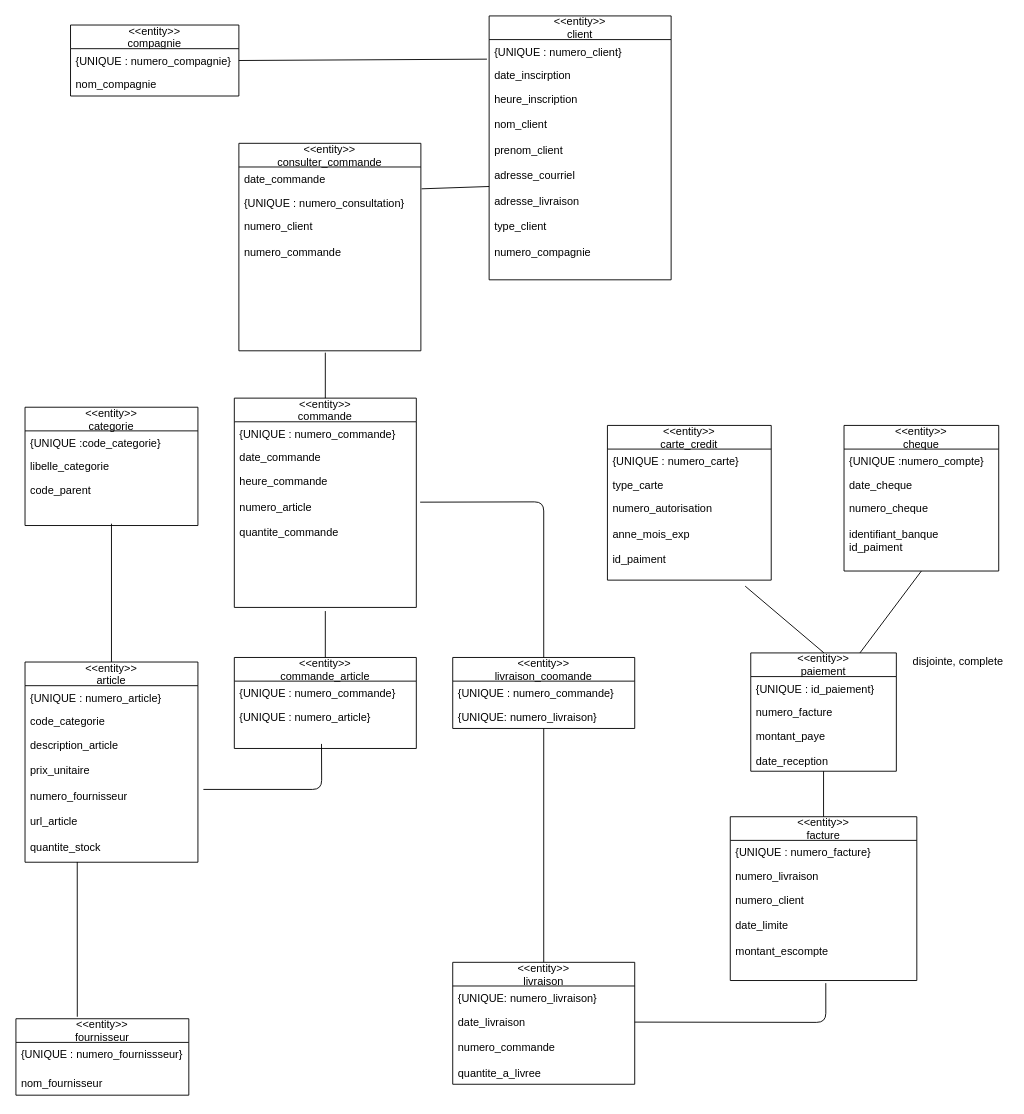
Before: Untitled Diagram.drawio in bengattathadjali/MET1110, a draw.io diagram. Source tidied: cells renumbered, new cells numbered last; positions are measured from the earlier drawing's top-left corner, leaving out a move shared by most shapes. Both pictures are drawn from the tidied source at 91%, with x=0, y=0 at pixel (15, 15).
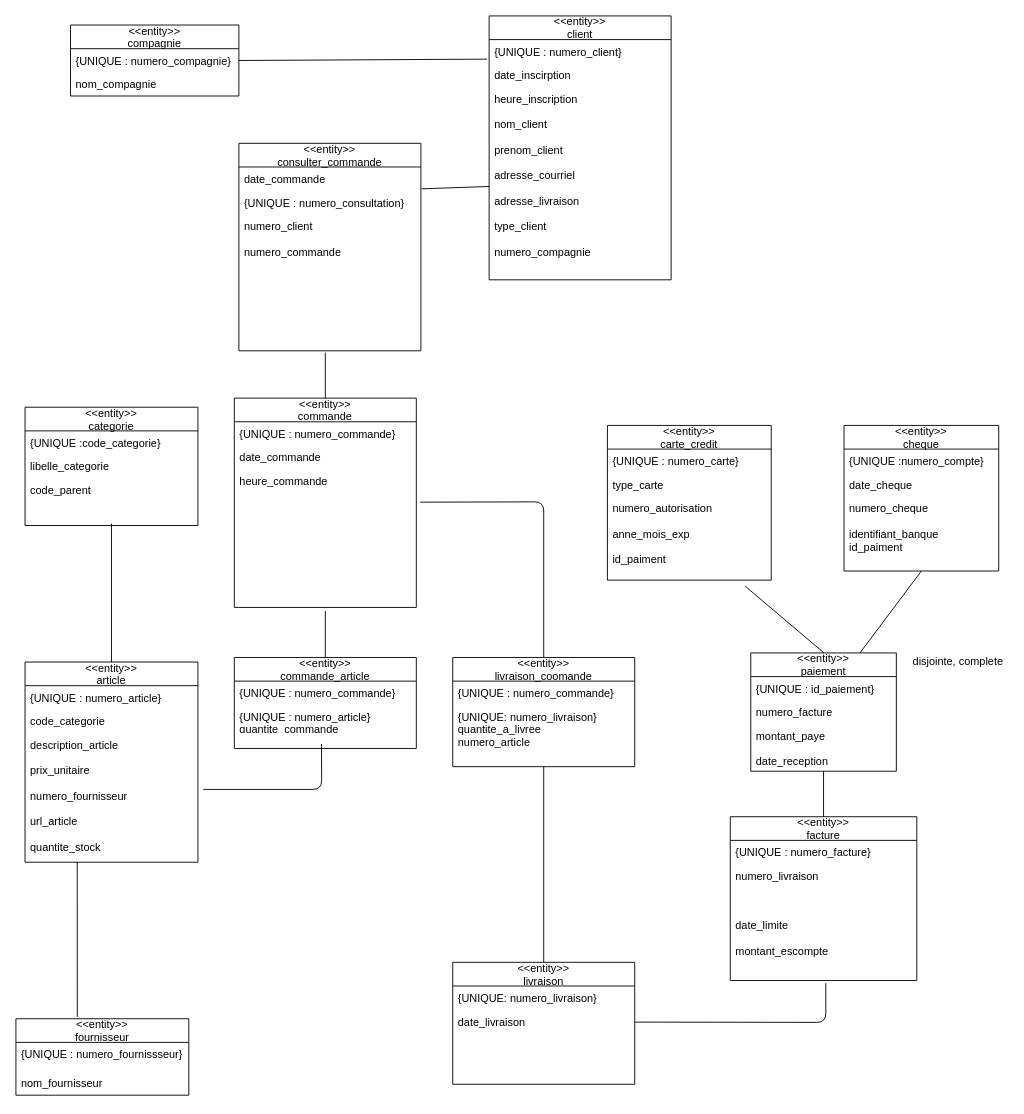
The same diagram, later.

The change refers to these unchanged cells:
```xml
<mxCell id="13" value="&lt;&lt;entity&gt;&gt;&#10;livraison" style="swimlane;fontStyle=0;horizontal=1;startSize=26;fillColor=none;" parent="1" vertex="1">
  <mxGeometry x="480" y="1040" width="200" height="134" as="geometry" />
</mxCell>
<mxCell id="16" value="&lt;&lt;entity&gt;&gt;&#10;commande" style="swimlane;fontStyle=0;horizontal=1;startSize=26;fillColor=none;" parent="1" vertex="1">
  <mxGeometry x="240" y="420" width="200" height="230" as="geometry" />
</mxCell>
<mxCell id="24" value="&lt;&lt;entity&gt;&gt;&#10;facture" style="swimlane;fontStyle=0;horizontal=1;startSize=26;fillColor=none;" parent="1" vertex="1">
  <mxGeometry x="785" y="880" width="205" height="180" as="geometry" />
</mxCell>
<mxCell id="60" value="&lt;&lt;entity&gt;&gt;&#10;commande_article" style="swimlane;fontStyle=0;horizontal=1;startSize=26;fillColor=none;" parent="1" vertex="1">
  <mxGeometry x="240" y="705" width="200" height="100" as="geometry" />
</mxCell>
```

What changed in the source:
```diff
@@
-    <mxCell id="15" value="date_livraison&#10;&#10;numero_commande&#10;&#10;quantite_a_livree" style="text;strokeColor=none;fillColor=none;align=left;verticalAlign=top;spacingLeft=4;spacingRight=4;overflow=hidden;points=[[0,0.5],[1,0.5]];portConstraint=eastwest;" parent="13" vertex="1">
+    <mxCell id="15" value="date_livraison&#10;&#10;&#10;&#10;" style="text;strokeColor=none;fillColor=none;align=left;verticalAlign=top;spacingLeft=4;spacingRight=4;overflow=hidden;points=[[0,0.5],[1,0.5]];portConstraint=eastwest;" parent="13" vertex="1">
       <mxGeometry y="52" width="200" height="82" as="geometry" />
     </mxCell>
@@
-    <mxCell id="19" value="heure_commande&#10;&#10;numero_article&#10;&#10;quantite_commande&#10;&#10;" style="text;strokeColor=none;fillColor=none;align=left;verticalAlign=top;spacingLeft=4;spacingRight=4;overflow=hidden;points=[[0,0.5],[1,0.5]];portConstraint=eastwest;" parent="16" vertex="1">
+    <mxCell id="19" value="heure_commande&#10;&#10;&#10;&#10;" style="text;strokeColor=none;fillColor=none;align=left;verticalAlign=top;spacingLeft=4;spacingRight=4;overflow=hidden;points=[[0,0.5],[1,0.5]];portConstraint=eastwest;" parent="16" vertex="1">
       <mxGeometry y="78" width="200" height="152" as="geometry" />
     </mxCell>
@@
-    <mxCell id="27" value="numero_client&#10;&#10;date_limite&#10;&#10;montant_escompte" style="text;strokeColor=none;fillColor=none;align=left;verticalAlign=top;spacingLeft=4;spacingRight=4;overflow=hidden;points=[[0,0.5],[1,0.5]];portConstraint=eastwest;" parent="24" vertex="1">
+    <mxCell id="27" value="&#10;&#10;date_limite&#10;&#10;montant_escompte" style="text;strokeColor=none;fillColor=none;align=left;verticalAlign=top;spacingLeft=4;spacingRight=4;overflow=hidden;points=[[0,0.5],[1,0.5]];portConstraint=eastwest;" parent="24" vertex="1">
       <mxGeometry y="78" width="205" height="102" as="geometry" />
     </mxCell>
@@
     <mxCell id="57" value="&lt;&lt;entity&gt;&gt;&#10;livraison_coomande" style="swimlane;fontStyle=0;horizontal=1;startSize=26;fillColor=none;" parent="1" vertex="1">
-      <mxGeometry x="480" y="705" width="200" height="78" as="geometry" />
+      <mxGeometry x="480" y="705" width="200" height="120" as="geometry" />
     </mxCell>
@@
-    <mxCell id="59" value="{UNIQUE: numero_livraison}" style="text;strokeColor=none;fillColor=none;align=left;verticalAlign=top;spacingLeft=4;spacingRight=4;overflow=hidden;points=[[0,0.5],[1,0.5]];portConstraint=eastwest;" parent="57" vertex="1">
-      <mxGeometry y="52" width="200" height="26" as="geometry" />
+    <mxCell id="59" value="{UNIQUE: numero_livraison}&#10;quantite_a_livree&#10;numero_article" style="text;strokeColor=none;fillColor=none;align=left;verticalAlign=top;spacingLeft=4;spacingRight=4;overflow=hidden;points=[[0,0.5],[1,0.5]];portConstraint=eastwest;" parent="57" vertex="1">
+      <mxGeometry y="52" width="200" height="68" as="geometry" />
     </mxCell>
@@
-    <mxCell id="62" value="{UNIQUE : numero_article}" style="text;strokeColor=none;fillColor=none;align=left;verticalAlign=top;spacingLeft=4;spacingRight=4;overflow=hidden;" parent="60" vertex="1">
+    <mxCell id="62" value="{UNIQUE : numero_article}&#10;quantite_commande" style="text;strokeColor=none;fillColor=none;align=left;verticalAlign=top;spacingLeft=4;spacingRight=4;overflow=hidden;" parent="60" vertex="1">
       <mxGeometry y="52" width="200" height="26" as="geometry" />
     </mxCell>
```
